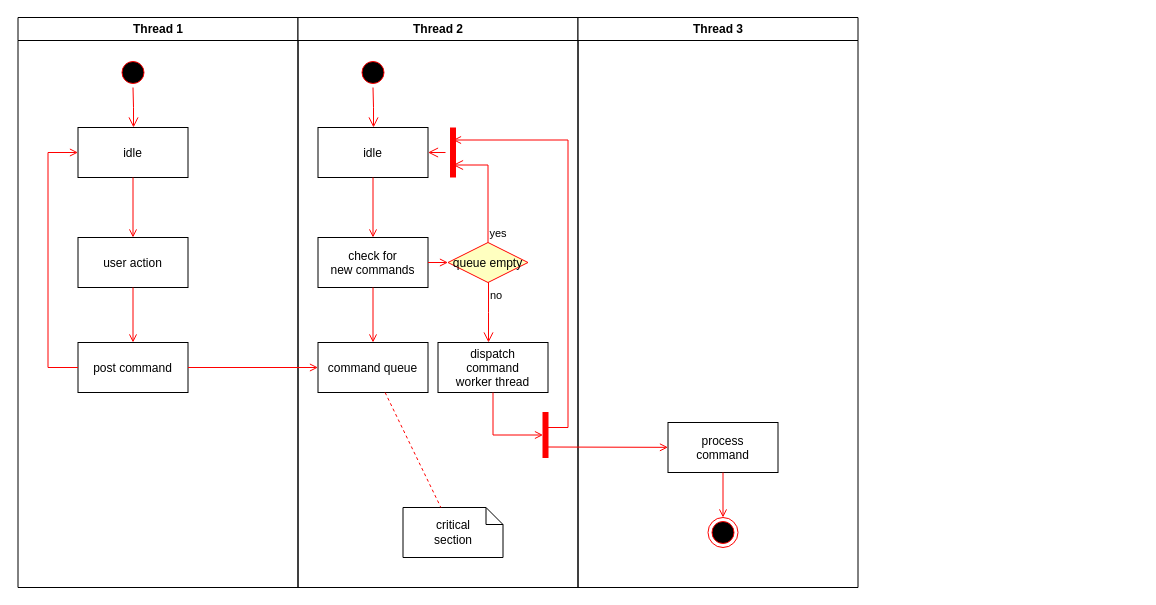
paulovsm/supplychain_dapp keeps this draw.io diagram as uml/Activity_Diagram.drawio. Above is the earlier version. Source tidied: cells renumbered, new cells numbered last; positions are measured from the earlier drawing's top-left corner, leaving out a move shared by most shapes. Both pictures are drawn from the tidied source at 100%, with x=0, y=0 at pixel (17, 17).
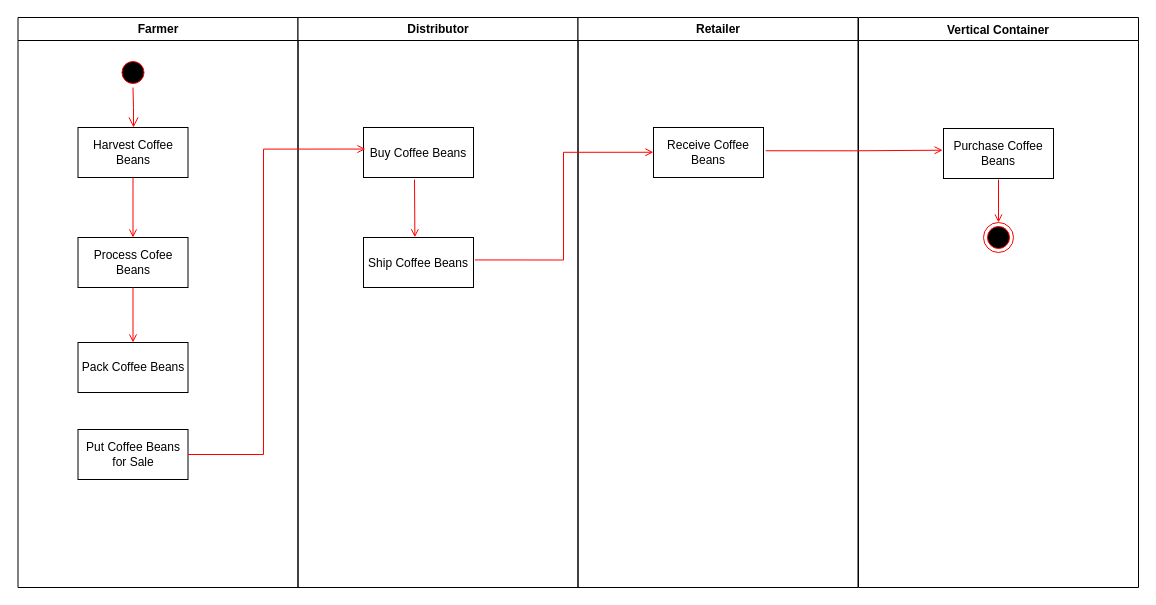
The same page after the edit.

Diff of the diagram source:
```diff
@@
-    <mxCell id="2" value="Thread 1" style="swimlane;whiteSpace=wrap;" parent="1" vertex="1">
+    <mxCell id="2" value="Farmer" style="swimlane;whiteSpace=wrap;" parent="1" vertex="1">
       <mxGeometry x="0.5" width="280" height="570" as="geometry" />
     </mxCell>
@@
-    <mxCell id="5" value="idle" parent="2" vertex="1">
+    <mxCell id="5" value="Harvest Coffee Beans" style="whiteSpace=wrap;" parent="2" vertex="1">
       <mxGeometry x="60" y="110" width="110" height="50" as="geometry" />
     </mxCell>
-    <mxCell id="6" value="user action" parent="2" vertex="1">
+    <mxCell id="6" value="Process Cofee Beans" style="whiteSpace=wrap;" parent="2" vertex="1">
       <mxGeometry x="60" y="220" width="110" height="50" as="geometry" />
     </mxCell>
@@
-    <mxCell id="8" value="post command" parent="2" vertex="1">
+    <mxCell id="8" value="Pack Coffee Beans" style="whiteSpace=wrap;" parent="2" vertex="1">
       <mxGeometry x="60" y="325" width="110" height="50" as="geometry" />
     </mxCell>
@@
-    <mxCell id="10" style="edgeStyle=elbowEdgeStyle;elbow=horizontal;strokeColor=#FF0000;endArrow=open;endFill=1;rounded=0;" parent="2" edge="1" source="8" target="5">
-      <mxGeometry relative="1" as="geometry">
-        <Array as="points">
-          <mxPoint x="30" y="250" />
-        </Array>
-      </mxGeometry>
-    </mxCell>
+    <mxCell id="37" value="Put Coffee Beans for Sale" style="whiteSpace=wrap;" parent="2" vertex="1">
+      <mxGeometry x="60" y="412" width="110" height="50" as="geometry" />
+    </mxCell>
-    <mxCell id="11" value="Thread 2" style="swimlane;whiteSpace=wrap;" parent="1" vertex="1">
+    <mxCell id="11" value="Distributor" style="swimlane;whiteSpace=wrap;" parent="1" vertex="1">
       <mxGeometry x="280.5" width="280" height="570" as="geometry" />
     </mxCell>
-    <mxCell id="12" style="ellipse;shape=startState;fillColor=#000000;strokeColor=#ff0000;" parent="11" vertex="1">
-      <mxGeometry x="60" y="40" width="30" height="30" as="geometry" />
-    </mxCell>
-    <mxCell id="13" style="edgeStyle=elbowEdgeStyle;elbow=horizontal;verticalAlign=bottom;endArrow=open;endSize=8;strokeColor=#FF0000;endFill=1;rounded=0;" parent="11" edge="1" source="12" target="14">
-      <mxGeometry x="40" y="20" as="geometry" />
-    </mxCell>
-    <mxCell id="14" value="idle" parent="11" vertex="1">
-      <mxGeometry x="20" y="110" width="110" height="50" as="geometry" />
+    <mxCell id="14" value="Buy Coffee Beans" parent="11" vertex="1">
+      <mxGeometry x="65.5" y="110" width="110" height="50" as="geometry" />
     </mxCell>
-    <mxCell id="15" value="check for &#10;new commands" parent="11" vertex="1">
-      <mxGeometry x="20" y="220" width="110" height="50" as="geometry" />
+    <mxCell id="15" value="Ship Coffee Beans" parent="11" vertex="1">
+      <mxGeometry x="65.5" y="220" width="110" height="50" as="geometry" />
     </mxCell>
-    <mxCell id="16" style="endArrow=open;strokeColor=#FF0000;endFill=1;rounded=0;" parent="11" edge="1" source="14" target="15">
-      <mxGeometry relative="1" as="geometry" />
+    <mxCell id="16" style="endArrow=open;strokeColor=#FF0000;endFill=1;rounded=0;entryX=0.467;entryY=-0.005;entryDx=0;entryDy=0;entryPerimeter=0;" parent="11" edge="1" target="15">
+      <mxGeometry relative="1" as="geometry">
+        <mxPoint x="116.5" y="162" as="sourcePoint" />
+      </mxGeometry>
     </mxCell>
-    <mxCell id="17" value="command queue" parent="11" vertex="1">
-      <mxGeometry x="20" y="325" width="110" height="50" as="geometry" />
-    </mxCell>
-    <mxCell id="18" style="endArrow=open;strokeColor=#FF0000;endFill=1;rounded=0;" parent="11" edge="1" source="15" target="17">
-      <mxGeometry relative="1" as="geometry" />
-    </mxCell>
-    <mxCell id="19" value="queue empty" style="rhombus;fillColor=#ffffc0;strokeColor=#ff0000;" parent="11" vertex="1">
-      <mxGeometry x="150" y="225" width="80" height="40" as="geometry" />
-    </mxCell>
-    <mxCell id="20" value="yes" style="edgeStyle=elbowEdgeStyle;elbow=horizontal;align=left;verticalAlign=bottom;endArrow=open;endSize=8;strokeColor=#FF0000;exitX=0.5;exitY=0;endFill=1;rounded=0;entryX=0.75;entryY=0.5;entryPerimeter=0;" parent="11" edge="1" source="19" target="23">
-      <mxGeometry x="-1" relative="1" as="geometry">
-        <Array as="points">
-          <mxPoint x="190" y="180" />
-        </Array>
-      </mxGeometry>
-    </mxCell>
-    <mxCell id="21" value="no" style="edgeStyle=elbowEdgeStyle;elbow=horizontal;align=left;verticalAlign=top;endArrow=open;endSize=8;strokeColor=#FF0000;endFill=1;rounded=0;" parent="11" edge="1" source="19" target="25">
-      <mxGeometry x="-1" relative="1" as="geometry" />
-    </mxCell>
-    <mxCell id="22" style="endArrow=open;strokeColor=#FF0000;endFill=1;rounded=0;" parent="11" edge="1" source="15" target="19">
-      <mxGeometry relative="1" as="geometry" />
-    </mxCell>
-    <mxCell id="23" style="shape=line;strokeWidth=6;strokeColor=#ff0000;rotation=90;" parent="11" vertex="1">
-      <mxGeometry x="130" y="127.5" width="50" height="15" as="geometry" />
-    </mxCell>
-    <mxCell id="24" style="edgeStyle=elbowEdgeStyle;elbow=horizontal;verticalAlign=bottom;endArrow=open;endSize=8;strokeColor=#FF0000;endFill=1;rounded=0;" parent="11" edge="1" source="23" target="14">
-      <mxGeometry x="130" y="90" as="geometry" />
-    </mxCell>
-    <mxCell id="25" value="dispatch&#10;command&#10;worker thread" parent="11" vertex="1">
-      <mxGeometry x="140" y="325" width="110" height="50" as="geometry" />
-    </mxCell>
-    <mxCell id="26" value="critical&#10;section" style="shape=note;whiteSpace=wrap;size=17;" parent="11" vertex="1">
-      <mxGeometry x="105" y="490" width="100" height="50" as="geometry" />
-    </mxCell>
-    <mxCell id="27" style="endArrow=none;strokeColor=#FF0000;endFill=0;rounded=0;dashed=1;" parent="11" edge="1" source="17" target="26">
-      <mxGeometry relative="1" as="geometry" />
-    </mxCell>
-    <mxCell id="28" style="whiteSpace=wrap;strokeColor=#FF0000;fillColor=#FF0000;" parent="11" vertex="1">
-      <mxGeometry x="245" y="395" width="5" height="45" as="geometry" />
-    </mxCell>
-    <mxCell id="29" style="edgeStyle=elbowEdgeStyle;elbow=horizontal;entryX=0;entryY=0.5;strokeColor=#FF0000;endArrow=open;endFill=1;rounded=0;" parent="11" edge="1" source="25" target="28">
-      <mxGeometry relative="1" as="geometry">
-        <Array as="points">
-          <mxPoint x="195" y="400" />
-        </Array>
-      </mxGeometry>
-    </mxCell>
-    <mxCell id="30" value="Thread 3" style="swimlane;whiteSpace=wrap;" parent="1" vertex="1">
+    <mxCell id="30" value="Retailer" style="swimlane;whiteSpace=wrap;" parent="1" vertex="1">
       <mxGeometry x="560.5" width="280" height="570" as="geometry" />
     </mxCell>
+    <mxCell id="38" value="Receive Coffee Beans" style="whiteSpace=wrap;" parent="30" vertex="1">
+      <mxGeometry x="75.5" y="110" width="110" height="50" as="geometry" />
+    </mxCell>
+    <mxCell id="36" style="endArrow=open;strokeColor=#FF0000;endFill=1;rounded=0;exitX=1;exitY=0.5;exitDx=0;exitDy=0;entryX=0.018;entryY=0.431;entryDx=0;entryDy=0;edgeStyle=orthogonalEdgeStyle;entryPerimeter=0;" parent="1" edge="1" source="37" target="14">
+      <mxGeometry relative="1" as="geometry">
+        <Array as="points">
+          <mxPoint x="246" y="437" />
+          <mxPoint x="246" y="132" />
+        </Array>
+      </mxGeometry>
+    </mxCell>
+    <mxCell id="39" value="Vertical Container" style="swimlane;" parent="1" vertex="1">
+      <mxGeometry x="841" width="280" height="570" as="geometry" />
+    </mxCell>
-    <mxCell id="31" value="process&#10;command" parent="30" vertex="1">
-      <mxGeometry x="90" y="405" width="110" height="50" as="geometry" />
+    <mxCell id="31" value="Purchase Coffee Beans" style="whiteSpace=wrap;" parent="39" vertex="1">
+      <mxGeometry x="85" y="111" width="110" height="50" as="geometry" />
     </mxCell>
-    <mxCell id="32" style="edgeStyle=elbowEdgeStyle;elbow=horizontal;strokeColor=#FF0000;endArrow=open;endFill=1;rounded=0;entryX=0.25;entryY=0.5;entryPerimeter=0;" parent="30" edge="1" target="23">
-      <mxGeometry relative="1" as="geometry">
-        <mxPoint x="-30" y="410" as="sourcePoint" />
-        <Array as="points">
-          <mxPoint x="-10" y="135" />
-        </Array>
-      </mxGeometry>
-    </mxCell>
-    <mxCell id="33" style="edgeStyle=none;strokeColor=#FF0000;endArrow=open;endFill=1;rounded=0;" parent="30" edge="1" target="31">
-      <mxGeometry relative="1" as="geometry">
-        <mxPoint x="-30" y="429.5" as="sourcePoint" />
-      </mxGeometry>
-    </mxCell>
-    <mxCell id="34" style="ellipse;shape=endState;fillColor=#000000;strokeColor=#ff0000;" parent="30" vertex="1">
-      <mxGeometry x="130" y="500" width="30" height="30" as="geometry" />
+    <mxCell id="34" style="ellipse;shape=endState;fillColor=#000000;strokeColor=#ff0000;" parent="39" vertex="1">
+      <mxGeometry x="125" y="205" width="30" height="30" as="geometry" />
     </mxCell>
-    <mxCell id="35" style="endArrow=open;strokeColor=#FF0000;endFill=1;rounded=0;" parent="30" edge="1" source="31" target="34">
-      <mxGeometry relative="1" as="geometry" />
+    <mxCell id="35" style="endArrow=open;strokeColor=#FF0000;endFill=1;rounded=0;" parent="39" edge="1" target="34">
+      <mxGeometry relative="1" as="geometry">
+        <mxPoint x="140" y="162" as="sourcePoint" />
+      </mxGeometry>
     </mxCell>
-    <mxCell id="36" style="endArrow=open;strokeColor=#FF0000;endFill=1;rounded=0;" parent="1" edge="1" source="8" target="17">
-      <mxGeometry relative="1" as="geometry" />
-    </mxCell>
+    <mxCell id="18" style="endArrow=open;strokeColor=#FF0000;endFill=1;rounded=0;exitX=1.013;exitY=0.449;exitDx=0;exitDy=0;exitPerimeter=0;entryX=-0.001;entryY=0.495;entryDx=0;entryDy=0;entryPerimeter=0;edgeStyle=orthogonalEdgeStyle;" parent="1" edge="1" source="15" target="38">
+      <mxGeometry relative="1" as="geometry" />
+    </mxCell>
+    <mxCell id="40" style="endArrow=open;strokeColor=#FF0000;endFill=1;rounded=0;exitX=1.02;exitY=0.465;exitDx=0;exitDy=0;exitPerimeter=0;entryX=-0.008;entryY=0.434;entryDx=0;entryDy=0;entryPerimeter=0;edgeStyle=orthogonalEdgeStyle;" parent="1" edge="1" source="38" target="31">
+      <mxGeometry relative="1" as="geometry" />
+    </mxCell>
```
